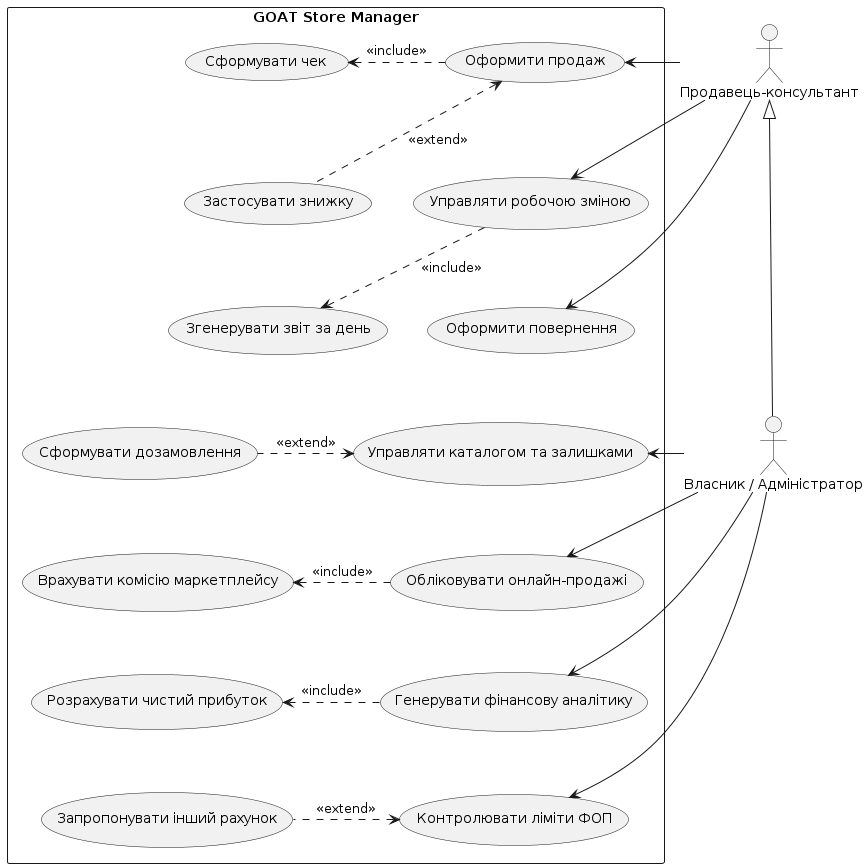
Before: documents/Діаграма_Варіантів_Використання.png, a diagram exported from PlantUML (sayday16/GOATS).
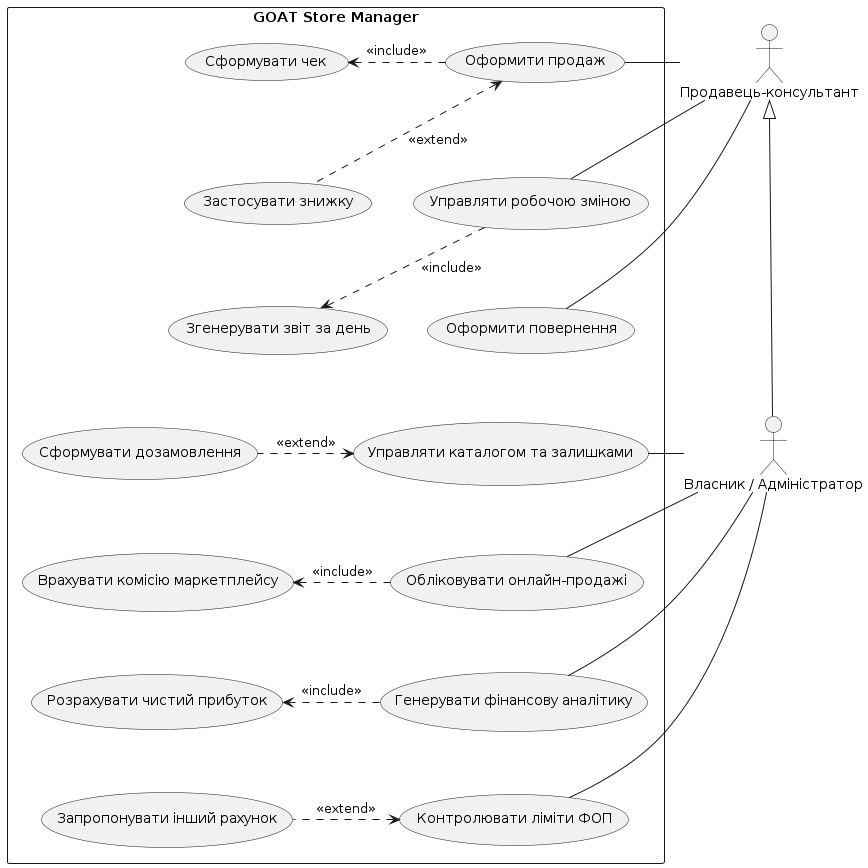
Above is the later version.

The edit, as a diff of the source:
```diff
@@ -48,12 +48,12 @@
   FopLimit <.right. AltAccount : <<extend>>
 }
 
-Seller -right-> Sell
-Seller -right-> ManageShift
-Seller -right-> Return
+Seller -right- Sell
+Seller -right- ManageShift
+Seller -right- Return
 
-Admin -right-> ManageCatalog
-Admin -right-> MktpSale
-Admin -right-> Analytics
-Admin -right-> FopLimit
+Admin -right- ManageCatalog
+Admin -right- MktpSale
+Admin -right- Analytics
+Admin -right- FopLimit
 @enduml
```
